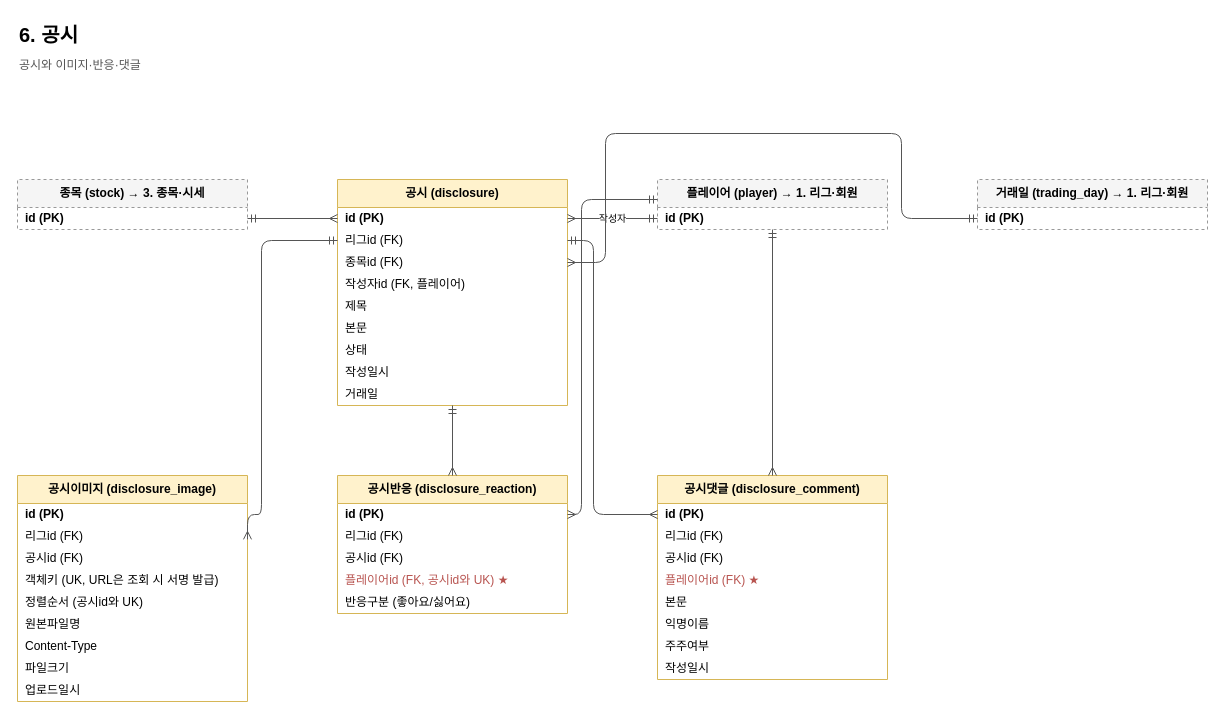
Earlier version of the draw.io diagram page "6. 공시" (7 of 9) of docs/erd/naspi.drawio (JECT-Study/naspi-5th-Server). Source tidied: cells renumbered, new cells numbered last; positions are measured from the earlier drawing's top-left corner, leaving out a move shared by most shapes. Both pictures are drawn from the tidied source at 100%, with x=0, y=0 at pixel (17, 17).
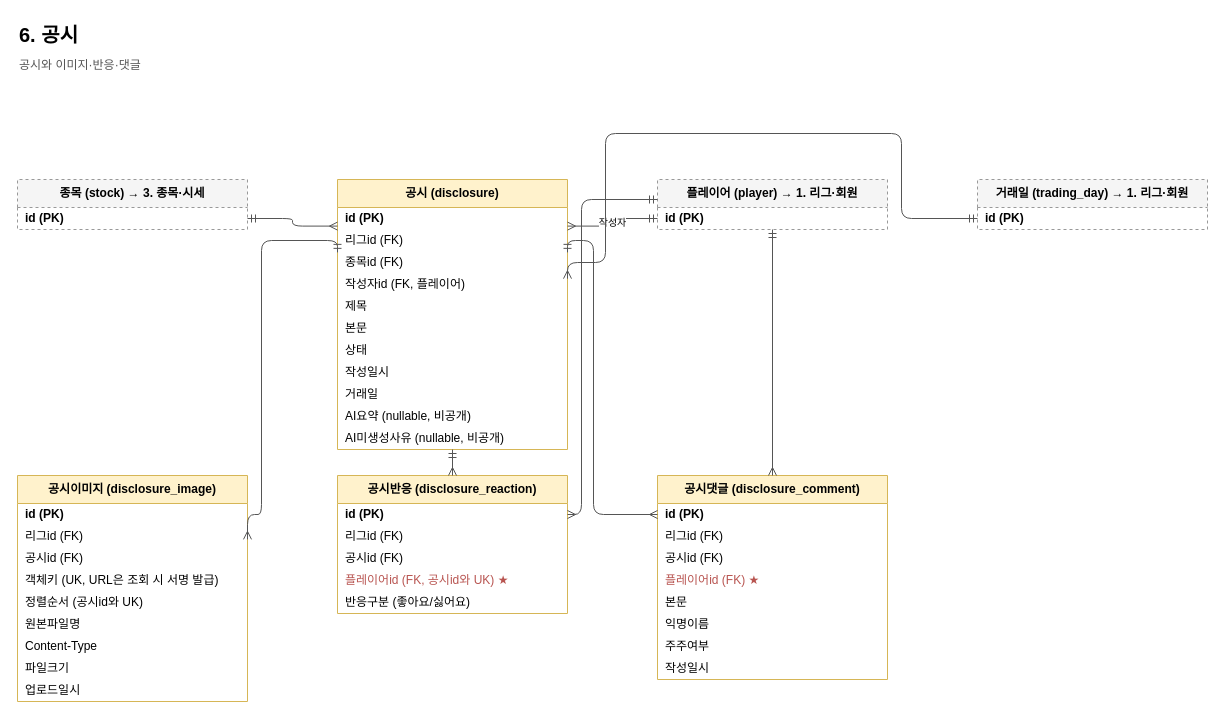
After the change.

The edit, as a diff of the source:
```diff
@@
     <mxCell id="2" value="공시 (disclosure)" style="swimlane;fontStyle=1;horizontal=1;startSize=28;html=1;whiteSpace=wrap;fillColor=#fff2cc;strokeColor=#d6b656;" parent="1" vertex="1">
-      <mxGeometry x="320" y="162" width="230" height="226" as="geometry" />
+      <mxGeometry x="320" y="162" width="230" height="270" as="geometry" />
     </mxCell>
@@
+    <mxCell id="53" value="AI요약 (nullable, 비공개)" style="text;strokeColor=none;fillColor=none;align=left;verticalAlign=middle;spacingLeft=6;overflow=hidden;html=1;" parent="2" vertex="1">
+      <mxGeometry y="226" width="230" height="22" as="geometry" />
+    </mxCell>
+    <mxCell id="54" value="AI미생성사유 (nullable, 비공개)" style="text;strokeColor=none;fillColor=none;align=left;verticalAlign=middle;spacingLeft=6;overflow=hidden;html=1;" parent="2" vertex="1">
+      <mxGeometry y="248" width="230" height="22" as="geometry" />
+    </mxCell>
```
